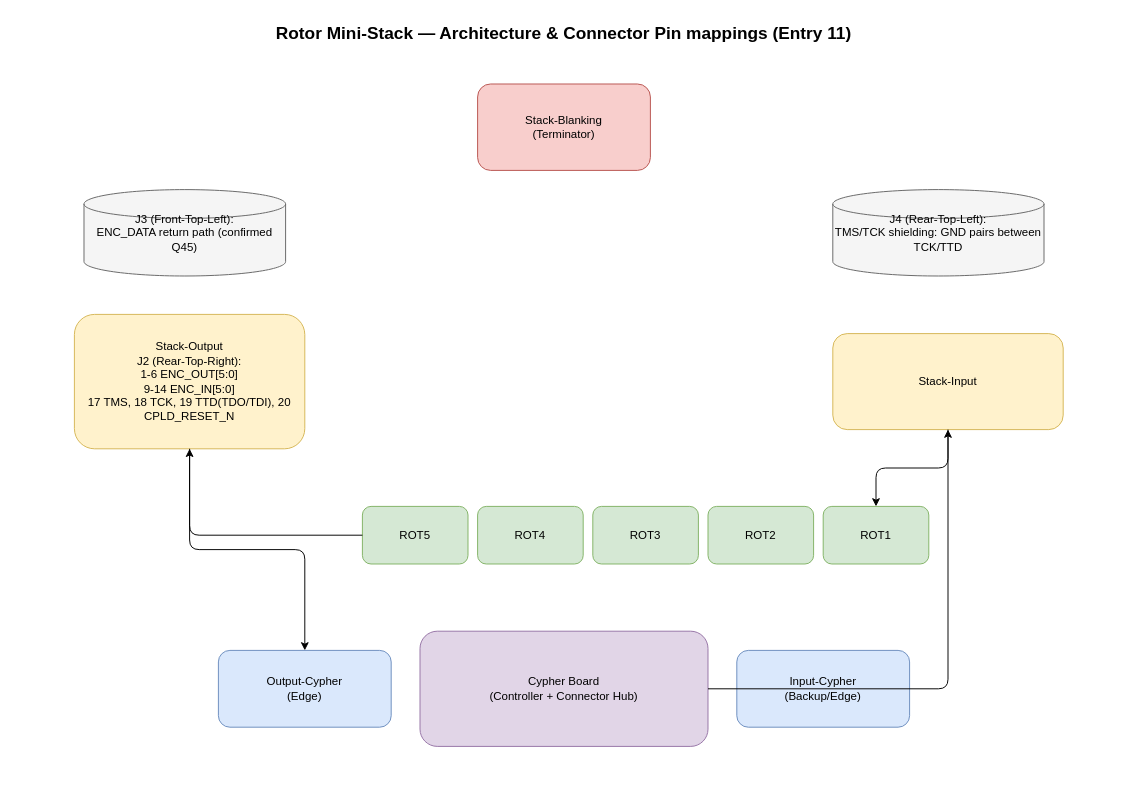
Before: page "Rotor Mini-Stack Architecture" (1 of 2) of .copilot/discussions/extension-mechanical-usage-diagram.drawio in thepinkmile/Enigma-NG, a draw.io diagram. Source tidied: cells renumbered, new cells numbered last; positions are measured from the earlier drawing's top-left corner, leaving out a move shared by most shapes. Both pictures are drawn from the tidied source at 96%, with x=0, y=0 at pixel (74, 16).
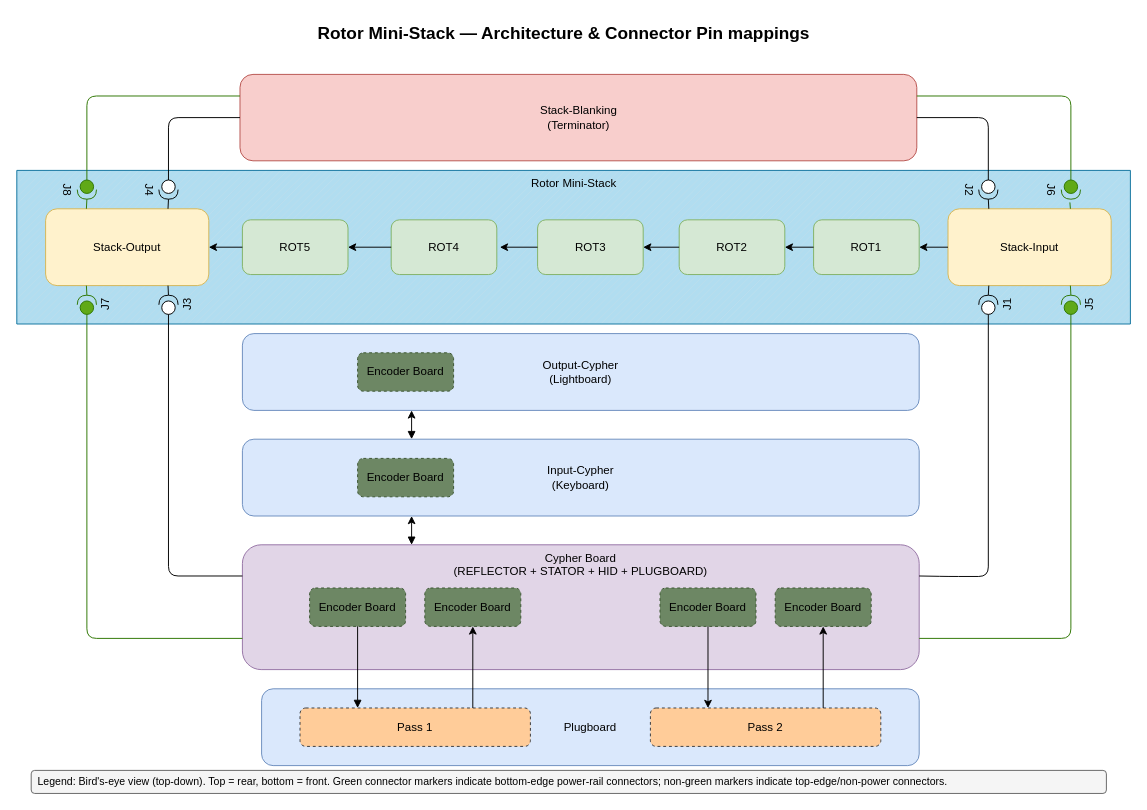
After the change.

What changed in the source:
```diff
@@
+    <mxCell id="20" value="Rotor Mini-Stack" style="verticalLabelPosition=middle;verticalAlign=top;html=1;shape=mxgraph.basic.patternFillRect;fillStyle=diag;step=5;fillStrokeWidth=0.2;fillStrokeColor=#dddddd;fillColor=#b1ddf0;strokeColor=#10739e;labelPosition=center;align=center;" parent="1" vertex="1">
+      <mxGeometry x="-60" y="160" width="1160" height="160" as="geometry" />
+    </mxCell>
+    <mxCell id="21" value="Stack-Output" style="rounded=1;whiteSpace=wrap;html=1;fillColor=#fff2cc;strokeColor=#d6b656;" parent="20" vertex="1">
+      <mxGeometry x="30" y="40" width="170" height="80" as="geometry" />
+    </mxCell>
+    <mxCell id="22" value="J8" style="shape=providedRequiredInterface;html=1;verticalLabelPosition=bottom;sketch=0;rotation=90;fillColor=#60a917;fontColor=light-dark(#000000,#99FF99);strokeColor=#2D7600;" parent="20" vertex="1">
+      <mxGeometry x="63" y="10" width="20" height="20" as="geometry" />
+    </mxCell>
+    <mxCell id="23" style="edgeStyle=orthogonalEdgeStyle;rounded=1;jettySize=auto;html=1;exitX=0.25;exitY=0;exitDx=0;exitDy=0;entryX=1;entryY=0.5;entryDx=0;entryDy=0;entryPerimeter=0;endArrow=none;endFill=0;curved=0;fillColor=#60a917;strokeColor=#2D7600;fontColor=light-dark(#000000,#99FF99);" parent="20" edge="1" source="21" target="22">
+      <mxGeometry relative="1" as="geometry" />
+    </mxCell>
+    <mxCell id="24" value="J4" style="shape=providedRequiredInterface;html=1;verticalLabelPosition=bottom;sketch=0;rotation=90;" parent="20" vertex="1">
+      <mxGeometry x="148" y="10" width="20" height="20" as="geometry" />
+    </mxCell>
+    <mxCell id="25" style="edgeStyle=orthogonalEdgeStyle;rounded=0;jettySize=auto;html=1;exitX=0.75;exitY=0;exitDx=0;exitDy=0;entryX=1;entryY=0.5;entryDx=0;entryDy=0;entryPerimeter=0;endArrow=none;endFill=0;" parent="20" edge="1" source="21" target="24">
+      <mxGeometry relative="1" as="geometry" />
+    </mxCell>
+    <mxCell id="26" value="J7" style="shape=providedRequiredInterface;html=1;verticalLabelPosition=bottom;sketch=0;rotation=-90;fillColor=#60a917;fontColor=light-dark(#000000,#99FF99);strokeColor=#2D7600;" parent="20" vertex="1">
+      <mxGeometry x="63" y="130" width="20" height="20" as="geometry" />
+    </mxCell>
+    <mxCell id="27" style="edgeStyle=orthogonalEdgeStyle;rounded=0;jettySize=auto;html=1;exitX=0.25;exitY=1;exitDx=0;exitDy=0;entryX=1;entryY=0.5;entryDx=0;entryDy=0;entryPerimeter=0;endArrow=none;endFill=0;fillColor=#60a917;strokeColor=#2D7600;fontColor=light-dark(#000000,#99FF99);" parent="20" edge="1" source="21" target="26">
+      <mxGeometry relative="1" as="geometry" />
+    </mxCell>
+    <mxCell id="28" value="J3" style="shape=providedRequiredInterface;html=1;verticalLabelPosition=bottom;sketch=0;rotation=-90;" parent="20" vertex="1">
+      <mxGeometry x="148" y="130" width="20" height="20" as="geometry" />
+    </mxCell>
+    <mxCell id="29" style="edgeStyle=orthogonalEdgeStyle;rounded=0;jettySize=auto;html=1;exitX=0.75;exitY=1;exitDx=0;exitDy=0;entryX=1;entryY=0.5;entryDx=0;entryDy=0;entryPerimeter=0;endArrow=none;endFill=0;" parent="20" edge="1" source="21" target="28">
+      <mxGeometry relative="1" as="geometry" />
+    </mxCell>
+    <mxCell id="9" value="ROT5" style="rounded=1;whiteSpace=wrap;html=1;fillColor=#d5e8d4;strokeColor=#82b366;" parent="20" vertex="1">
+      <mxGeometry x="235" y="51.5" width="110" height="57" as="geometry" />
+    </mxCell>
+    <mxCell id="17" style="edgeStyle=orthogonalEdgeStyle;html=1;entryX=1;entryY=0.5;entryDx=0;entryDy=0;" parent="20" edge="1" source="9" target="21">
+      <mxGeometry relative="1" as="geometry" />
+    </mxCell>
+    <mxCell id="8" value="ROT4" style="rounded=1;whiteSpace=wrap;html=1;fillColor=#d5e8d4;strokeColor=#82b366;" parent="20" vertex="1">
+      <mxGeometry x="390" y="51.5" width="110" height="57" as="geometry" />
+    </mxCell>
+    <mxCell id="30" style="edgeStyle=orthogonalEdgeStyle;rounded=0;jettySize=auto;html=1;exitX=0;exitY=0.5;exitDx=0;exitDy=0;entryX=1;entryY=0.5;entryDx=0;entryDy=0;" parent="20" edge="1" source="8" target="9">
+      <mxGeometry relative="1" as="geometry" />
+    </mxCell>
+    <mxCell id="7" value="ROT3" style="rounded=1;whiteSpace=wrap;html=1;fillColor=#d5e8d4;strokeColor=#82b366;" parent="20" vertex="1">
+      <mxGeometry x="542.5" y="51.5" width="110" height="57" as="geometry" />
+    </mxCell>
+    <mxCell id="31" style="edgeStyle=orthogonalEdgeStyle;rounded=0;jettySize=auto;html=1;exitX=0;exitY=0.5;exitDx=0;exitDy=0;entryX=1.029;entryY=0.493;entryDx=0;entryDy=0;entryPerimeter=0;" parent="20" edge="1" source="7" target="8">
+      <mxGeometry relative="1" as="geometry" />
+    </mxCell>
+    <mxCell id="6" value="ROT2" style="rounded=1;whiteSpace=wrap;html=1;fillColor=#d5e8d4;strokeColor=#82b366;" parent="20" vertex="1">
+      <mxGeometry x="690" y="51.5" width="110" height="57" as="geometry" />
+    </mxCell>
+    <mxCell id="32" style="edgeStyle=orthogonalEdgeStyle;rounded=0;jettySize=auto;html=1;exitX=0;exitY=0.5;exitDx=0;exitDy=0;entryX=1;entryY=0.5;entryDx=0;entryDy=0;" parent="20" edge="1" source="6" target="7">
+      <mxGeometry relative="1" as="geometry" />
+    </mxCell>
+    <mxCell id="5" value="ROT1" style="rounded=1;whiteSpace=wrap;html=1;fillColor=#d5e8d4;strokeColor=#82b366;" parent="20" vertex="1">
+      <mxGeometry x="830" y="51.5" width="110" height="57" as="geometry" />
+    </mxCell>
+    <mxCell id="33" style="edgeStyle=orthogonalEdgeStyle;rounded=0;jettySize=auto;html=1;exitX=0;exitY=0.5;exitDx=0;exitDy=0;entryX=1;entryY=0.5;entryDx=0;entryDy=0;" parent="20" edge="1" source="5" target="6">
+      <mxGeometry relative="1" as="geometry" />
+    </mxCell>
+    <mxCell id="4" value="Stack-Input" style="rounded=1;whiteSpace=wrap;html=1;fillColor=#fff2cc;strokeColor=#d6b656;" parent="20" vertex="1">
+      <mxGeometry x="970" y="40" width="170" height="80" as="geometry" />
+    </mxCell>
+    <mxCell id="16" style="edgeStyle=orthogonalEdgeStyle;rounded=0;jettySize=auto;html=1;exitX=0;exitY=0.5;exitDx=0;exitDy=0;entryX=1;entryY=0.5;entryDx=0;entryDy=0;" parent="20" edge="1" source="4" target="5">
+      <mxGeometry relative="1" as="geometry" />
+    </mxCell>
+    <mxCell id="34" value="J2" style="shape=providedRequiredInterface;html=1;verticalLabelPosition=bottom;sketch=0;rotation=90;" parent="20" vertex="1">
+      <mxGeometry x="1002" y="10" width="20" height="20" as="geometry" />
+    </mxCell>
+    <mxCell id="35" style="edgeStyle=orthogonalEdgeStyle;rounded=1;jettySize=auto;html=1;exitX=0.25;exitY=0;exitDx=0;exitDy=0;entryX=1;entryY=0.5;entryDx=0;entryDy=0;entryPerimeter=0;curved=0;endArrow=none;endFill=0;" parent="20" edge="1" source="4" target="34">
+      <mxGeometry relative="1" as="geometry" />
+    </mxCell>
+    <mxCell id="36" value="J6" style="shape=providedRequiredInterface;html=1;verticalLabelPosition=bottom;sketch=0;rotation=90;fillColor=#60a917;fontColor=light-dark(#000000,#99FF99);strokeColor=#2D7600;" parent="20" vertex="1">
+      <mxGeometry x="1088" y="10" width="20" height="20" as="geometry" />
+    </mxCell>
+    <mxCell id="37" style="edgeStyle=orthogonalEdgeStyle;rounded=1;jettySize=auto;html=1;exitX=0.75;exitY=0;exitDx=0;exitDy=0;entryX=1.167;entryY=0.55;entryDx=0;entryDy=0;entryPerimeter=0;endArrow=none;endFill=0;curved=0;fillColor=#60a917;strokeColor=#2D7600;fontColor=light-dark(#000000,#99FF99);" parent="20" edge="1" source="4" target="36">
+      <mxGeometry relative="1" as="geometry" />
+    </mxCell>
+    <mxCell id="38" value="J1" style="shape=providedRequiredInterface;html=1;verticalLabelPosition=bottom;sketch=0;rotation=-90;" parent="20" vertex="1">
+      <mxGeometry x="1002" y="130" width="20" height="20" as="geometry" />
+    </mxCell>
+    <mxCell id="39" style="edgeStyle=orthogonalEdgeStyle;rounded=0;jettySize=auto;html=1;exitX=1;exitY=0.5;exitDx=0;exitDy=0;exitPerimeter=0;entryX=0.25;entryY=1;entryDx=0;entryDy=0;endArrow=none;endFill=0;" parent="20" edge="1" source="38" target="4">
+      <mxGeometry relative="1" as="geometry" />
+    </mxCell>
+    <mxCell id="40" value="&lt;font style=&quot;color: light-dark(rgb(0, 0, 0), rgb(153, 255, 153));&quot;&gt;J5&lt;/font&gt;" style="shape=providedRequiredInterface;html=1;verticalLabelPosition=bottom;sketch=0;rotation=-90;fillColor=#60a917;strokeColor=#2D7600;fontColor=#ffffff;" parent="20" vertex="1">
+      <mxGeometry x="1088" y="130" width="20" height="20" as="geometry" />
+    </mxCell>
+    <mxCell id="41" style="edgeStyle=orthogonalEdgeStyle;rounded=0;jettySize=auto;html=1;exitX=0.75;exitY=1;exitDx=0;exitDy=0;entryX=1;entryY=0.5;entryDx=0;entryDy=0;entryPerimeter=0;endArrow=none;endFill=0;fillColor=#60a917;strokeColor=#2D7600;" parent="20" edge="1" source="4" target="40">
+      <mxGeometry relative="1" as="geometry" />
+    </mxCell>
+    <mxCell id="42" style="edgeStyle=orthogonalEdgeStyle;rounded=0;jettySize=auto;html=1;exitX=0.25;exitY=0;exitDx=0;exitDy=0;entryX=0.25;entryY=1;entryDx=0;entryDy=0;startArrow=block;startFill=1;" parent="1" edge="1" source="2" target="3">
+      <mxGeometry relative="1" as="geometry" />
+    </mxCell>
-    <mxCell id="2" value="Cypher Board&#10;(Controller + Connector Hub)" style="rounded=1;whiteSpace=wrap;html=1;fillColor=#e1d5e7;strokeColor=#9673a6;" parent="1" vertex="1">
-      <mxGeometry x="360" y="640" width="300" height="120" as="geometry" />
+    <mxCell id="2" value="Cypher Board&lt;br&gt;(REFLECTOR + STATOR + HID + PLUGBOARD)" style="rounded=1;whiteSpace=wrap;html=1;fillColor=#e1d5e7;strokeColor=#9673a6;verticalAlign=top;" parent="1" vertex="1">
+      <mxGeometry x="175" y="550" width="705" height="130" as="geometry" />
     </mxCell>
+    <mxCell id="43" value="&lt;font style=&quot;color: light-dark(rgb(0, 0, 0), rgb(255, 255, 255));&quot;&gt;Encoder Board&lt;/font&gt;" style="rounded=1;whiteSpace=wrap;html=1;fillColor=#6d8764;fontColor=#ffffff;strokeColor=#3A5431;dashed=1;" parent="2" vertex="1">
+      <mxGeometry x="70" y="45" width="100" height="40" as="geometry" />
+    </mxCell>
+    <mxCell id="44" value="&lt;font style=&quot;color: light-dark(rgb(0, 0, 0), rgb(255, 255, 255));&quot;&gt;Encoder Board&lt;/font&gt;" style="rounded=1;whiteSpace=wrap;html=1;fillColor=#6d8764;fontColor=#ffffff;strokeColor=#3A5431;dashed=1;" parent="2" vertex="1">
+      <mxGeometry x="190" y="45" width="100" height="40" as="geometry" />
+    </mxCell>
+    <mxCell id="45" value="&lt;font style=&quot;color: light-dark(rgb(0, 0, 0), rgb(255, 255, 255));&quot;&gt;Encoder Board&lt;/font&gt;" style="rounded=1;whiteSpace=wrap;html=1;fillColor=#6d8764;fontColor=#ffffff;strokeColor=#3A5431;dashed=1;" parent="2" vertex="1">
+      <mxGeometry x="435" y="45" width="100" height="40" as="geometry" />
+    </mxCell>
+    <mxCell id="46" value="&lt;font style=&quot;color: light-dark(rgb(0, 0, 0), rgb(255, 255, 255));&quot;&gt;Encoder Board&lt;/font&gt;" style="rounded=1;whiteSpace=wrap;html=1;fillColor=#6d8764;fontColor=#ffffff;strokeColor=#3A5431;dashed=1;" parent="2" vertex="1">
+      <mxGeometry x="555" y="45" width="100" height="40" as="geometry" />
+    </mxCell>
+    <mxCell id="47" style="edgeStyle=orthogonalEdgeStyle;rounded=0;jettySize=auto;html=1;exitX=0.25;exitY=0;exitDx=0;exitDy=0;entryX=0.25;entryY=1;entryDx=0;entryDy=0;startArrow=block;startFill=1;" parent="1" edge="1" source="3" target="12">
+      <mxGeometry relative="1" as="geometry" />
+    </mxCell>
-    <mxCell id="3" value="Input-Cypher&#10;(Backup/Edge)" style="rounded=1;whiteSpace=wrap;html=1;fillColor=#dae8fc;strokeColor=#6c8ebf;" parent="1" vertex="1">
-      <mxGeometry x="690" y="660" width="180" height="80" as="geometry" />
+    <mxCell id="3" value="Input-Cypher&lt;br&gt;(Keyboard)" style="rounded=1;whiteSpace=wrap;html=1;fillColor=#dae8fc;strokeColor=#6c8ebf;verticalAlign=middle;" parent="1" vertex="1">
+      <mxGeometry x="175" y="440" width="705" height="80" as="geometry" />
     </mxCell>
-    <mxCell id="4" value="Stack-Input" style="rounded=1;whiteSpace=wrap;html=1;fillColor=#fff2cc;strokeColor=#d6b656;" parent="1" vertex="1">
-      <mxGeometry x="790" y="330" width="240" height="100" as="geometry" />
-    </mxCell>
-    <mxCell id="5" value="ROT1" style="rounded=1;whiteSpace=wrap;html=1;fillColor=#d5e8d4;strokeColor=#82b366;" parent="1" vertex="1">
-      <mxGeometry x="780" y="510" width="110" height="60" as="geometry" />
-    </mxCell>
-    <mxCell id="6" value="ROT2" style="rounded=1;whiteSpace=wrap;html=1;fillColor=#d5e8d4;strokeColor=#82b366;" parent="1" vertex="1">
-      <mxGeometry x="660" y="510" width="110" height="60" as="geometry" />
-    </mxCell>
-    <mxCell id="7" value="ROT3" style="rounded=1;whiteSpace=wrap;html=1;fillColor=#d5e8d4;strokeColor=#82b366;" parent="1" vertex="1">
-      <mxGeometry x="540" y="510" width="110" height="60" as="geometry" />
-    </mxCell>
-    <mxCell id="8" value="ROT4" style="rounded=1;whiteSpace=wrap;html=1;fillColor=#d5e8d4;strokeColor=#82b366;" parent="1" vertex="1">
-      <mxGeometry x="420" y="510" width="110" height="60" as="geometry" />
-    </mxCell>
-    <mxCell id="9" value="ROT5" style="rounded=1;whiteSpace=wrap;html=1;fillColor=#d5e8d4;strokeColor=#82b366;" parent="1" vertex="1">
-      <mxGeometry x="300" y="510" width="110" height="60" as="geometry" />
-    </mxCell>
-    <mxCell id="10" value="Stack-Output&#10;J2 (Rear-Top-Right):&#10;1-6 ENC_OUT[5:0]&#10;9-14 ENC_IN[5:0]&#10;17 TMS, 18 TCK, 19 TTD(TDO/TDI), 20 CPLD_RESET_N" style="rounded=1;whiteSpace=wrap;html=1;fillColor=#fff2cc;strokeColor=#d6b656;" parent="1" vertex="1">
-      <mxGeometry y="310" width="240" height="140" as="geometry" />
-    </mxCell>
+    <mxCell id="48" value="&lt;font style=&quot;color: light-dark(rgb(0, 0, 0), rgb(255, 255, 255));&quot;&gt;Encoder Board&lt;/font&gt;" style="rounded=1;whiteSpace=wrap;html=1;fillColor=#6d8764;fontColor=#ffffff;strokeColor=#3A5431;dashed=1;" parent="3" vertex="1">
+      <mxGeometry x="120" y="20" width="100" height="40" as="geometry" />
+    </mxCell>
-    <mxCell id="11" value="Stack-Blanking&#10;(Terminator)" style="rounded=1;whiteSpace=wrap;html=1;fillColor=#f8cecc;strokeColor=#b85450;" parent="1" vertex="1">
-      <mxGeometry x="420" y="70" width="180" height="90" as="geometry" />
+    <mxCell id="11" value="Stack-Blanking&#10;(Terminator)" style="rounded=1;whiteSpace=wrap;html=1;fillColor=#f8cecc;strokeColor=#b85450;verticalAlign=middle;" parent="1" vertex="1">
+      <mxGeometry x="172.5" y="60" width="705" height="90" as="geometry" />
     </mxCell>
-    <mxCell id="12" value="Output-Cypher&#10;(Edge)" style="rounded=1;whiteSpace=wrap;html=1;fillColor=#dae8fc;strokeColor=#6c8ebf;" parent="1" vertex="1">
-      <mxGeometry x="150" y="660" width="180" height="80" as="geometry" />
+    <mxCell id="12" value="Output-Cypher&lt;br&gt;(Lightboard)" style="rounded=1;whiteSpace=wrap;html=1;fillColor=#dae8fc;strokeColor=#6c8ebf;verticalAlign=middle;" parent="1" vertex="1">
+      <mxGeometry x="175" y="330" width="705" height="80" as="geometry" />
     </mxCell>
-    <mxCell id="13" value="J3 (Front-Top-Left):&#10;ENC_DATA return path (confirmed Q45)" style="shape=mxgraph.flowchart.database;whiteSpace=wrap;html=1;fillColor=#f5f5f5;strokeColor=#666666;" parent="1" vertex="1">
-      <mxGeometry x="10" y="180" width="210" height="90" as="geometry" />
-    </mxCell>
-    <mxCell id="14" value="J4 (Rear-Top-Left):&#10;TMS/TCK shielding: GND pairs between TCK/TTD" style="shape=mxgraph.flowchart.database;whiteSpace=wrap;html=1;fillColor=#f5f5f5;strokeColor=#666666;" parent="1" vertex="1">
-      <mxGeometry x="790" y="180" width="220" height="90" as="geometry" />
-    </mxCell>
-    <mxCell id="15" style="edgeStyle=orthogonalEdgeStyle;html=1;" parent="1" edge="1" source="2" target="4">
-      <mxGeometry relative="1" as="geometry" />
-    </mxCell>
-    <mxCell id="16" style="edgeStyle=orthogonalEdgeStyle;html=1;" parent="1" edge="1" source="4" target="5">
-      <mxGeometry relative="1" as="geometry" />
-    </mxCell>
-    <mxCell id="17" style="edgeStyle=orthogonalEdgeStyle;html=1;" parent="1" edge="1" source="9" target="10">
-      <mxGeometry relative="1" as="geometry" />
-    </mxCell>
-    <mxCell id="18" style="edgeStyle=orthogonalEdgeStyle;html=1;" parent="1" edge="1" source="10" target="12">
-      <mxGeometry relative="1" as="geometry" />
-    </mxCell>
+    <mxCell id="49" value="&lt;font style=&quot;color: light-dark(rgb(0, 0, 0), rgb(255, 255, 255));&quot;&gt;Encoder Board&lt;/font&gt;" style="rounded=1;whiteSpace=wrap;html=1;fillColor=#6d8764;fontColor=#ffffff;strokeColor=#3A5431;dashed=1;" parent="12" vertex="1">
+      <mxGeometry x="120" y="20" width="100" height="40" as="geometry" />
+    </mxCell>
-    <mxCell id="19" value="Rotor Mini-Stack — Architecture &amp; Connector Pin mappings (Entry 11)" style="text;strokeColor=none;fillColor=none;fontSize=18;fontStyle=1;align=center;verticalAlign=top;" parent="1" vertex="1">
+    <mxCell id="19" value="Rotor Mini-Stack — Architecture &amp; Connector Pin mappings" style="text;strokeColor=none;fillColor=none;fontSize=18;fontStyle=1;align=center;verticalAlign=top;" parent="1" vertex="1">
       <mxGeometry x="130" width="760" height="30" as="geometry" />
     </mxCell>
+    <mxCell id="50" style="edgeStyle=orthogonalEdgeStyle;rounded=1;jettySize=auto;html=1;exitX=0;exitY=0.5;exitDx=0;exitDy=0;curved=0;entryX=0;entryY=0.5;entryDx=0;entryDy=0;entryPerimeter=0;endArrow=none;endFill=0;" parent="1" edge="1" source="11" target="24">
+      <mxGeometry relative="1" as="geometry" />
+    </mxCell>
+    <mxCell id="51" value="Plugboard" style="rounded=1;whiteSpace=wrap;html=1;fillColor=#dae8fc;strokeColor=#6c8ebf;verticalAlign=middle;" parent="1" vertex="1">
+      <mxGeometry x="195" y="700" width="685" height="80" as="geometry" />
+    </mxCell>
+    <mxCell id="52" value="&lt;font style=&quot;color: light-dark(rgb(0, 0, 0), rgb(255, 255, 255));&quot;&gt;Pass 1&lt;/font&gt;" style="rounded=1;whiteSpace=wrap;html=1;fillColor=#ffcc99;strokeColor=#36393d;dashed=1;" parent="51" vertex="1">
+      <mxGeometry x="40" y="20" width="240" height="40" as="geometry" />
+    </mxCell>
+    <mxCell id="53" value="&lt;font style=&quot;color: light-dark(rgb(0, 0, 0), rgb(255, 255, 255));&quot;&gt;Pass 2&lt;/font&gt;" style="rounded=1;whiteSpace=wrap;html=1;fillColor=#ffcc99;strokeColor=#36393d;dashed=1;" parent="51" vertex="1">
+      <mxGeometry x="405" y="20" width="240" height="40" as="geometry" />
+    </mxCell>
+    <mxCell id="54" style="edgeStyle=orthogonalEdgeStyle;rounded=0;jettySize=auto;html=1;exitX=0.5;exitY=1;exitDx=0;exitDy=0;entryX=0.25;entryY=0;entryDx=0;entryDy=0;" parent="1" edge="1" source="45" target="53">
+      <mxGeometry relative="1" as="geometry" />
+    </mxCell>
+    <mxCell id="55" style="edgeStyle=orthogonalEdgeStyle;rounded=1;jettySize=auto;html=1;exitX=0.25;exitY=0;exitDx=0;exitDy=0;entryX=0.5;entryY=1;entryDx=0;entryDy=0;startArrow=block;startFill=1;endArrow=none;endFill=0;curved=0;" parent="1" edge="1" source="52" target="43">
+      <mxGeometry relative="1" as="geometry" />
+    </mxCell>
+    <mxCell id="56" style="edgeStyle=orthogonalEdgeStyle;rounded=1;jettySize=auto;html=1;exitX=0.75;exitY=0;exitDx=0;exitDy=0;entryX=0.5;entryY=1;entryDx=0;entryDy=0;curved=0;" parent="1" edge="1" source="52" target="44">
+      <mxGeometry relative="1" as="geometry" />
+    </mxCell>
+    <mxCell id="57" style="edgeStyle=orthogonalEdgeStyle;rounded=0;jettySize=auto;html=1;exitX=0.75;exitY=0;exitDx=0;exitDy=0;entryX=0.5;entryY=1;entryDx=0;entryDy=0;" parent="1" edge="1" source="53" target="46">
+      <mxGeometry relative="1" as="geometry" />
+    </mxCell>
+    <mxCell id="58" style="edgeStyle=orthogonalEdgeStyle;rounded=1;jettySize=auto;html=1;exitX=0;exitY=0.5;exitDx=0;exitDy=0;exitPerimeter=0;entryX=1;entryY=0.25;entryDx=0;entryDy=0;endArrow=none;endFill=0;curved=0;" parent="1" edge="1" source="38" target="2">
+      <mxGeometry relative="1" as="geometry">
+        <Array as="points">
+          <mxPoint x="952" y="583" />
+          <mxPoint x="911" y="583" />
+        </Array>
+      </mxGeometry>
+    </mxCell>
+    <mxCell id="59" style="edgeStyle=orthogonalEdgeStyle;rounded=1;jettySize=auto;html=1;exitX=1;exitY=0.75;exitDx=0;exitDy=0;entryX=0;entryY=0.5;entryDx=0;entryDy=0;entryPerimeter=0;curved=0;endArrow=none;endFill=0;fillColor=#60a917;strokeColor=#2D7600;" parent="1" edge="1" source="2" target="40">
+      <mxGeometry relative="1" as="geometry" />
+    </mxCell>
+    <mxCell id="60" style="edgeStyle=orthogonalEdgeStyle;rounded=1;jettySize=auto;html=1;exitX=0;exitY=0.25;exitDx=0;exitDy=0;entryX=0;entryY=0.5;entryDx=0;entryDy=0;entryPerimeter=0;curved=0;endArrow=none;endFill=0;" parent="1" edge="1" source="2" target="28">
+      <mxGeometry relative="1" as="geometry" />
+    </mxCell>
+    <mxCell id="61" style="edgeStyle=orthogonalEdgeStyle;rounded=1;jettySize=auto;html=1;exitX=0;exitY=0.75;exitDx=0;exitDy=0;entryX=0;entryY=0.5;entryDx=0;entryDy=0;entryPerimeter=0;curved=0;endArrow=none;endFill=0;fillColor=#60a917;strokeColor=#2D7600;fontColor=light-dark(#000000,#99FF99);" parent="1" edge="1" source="2" target="26">
+      <mxGeometry relative="1" as="geometry" />
+    </mxCell>
+    <mxCell id="62" style="edgeStyle=orthogonalEdgeStyle;rounded=1;jettySize=auto;html=1;exitX=0;exitY=0.25;exitDx=0;exitDy=0;entryX=0;entryY=0.5;entryDx=0;entryDy=0;entryPerimeter=0;curved=0;endArrow=none;endFill=0;fillColor=#60a917;strokeColor=#2D7600;fontColor=light-dark(#000000,#99FF99);" parent="1" edge="1" source="11" target="22">
+      <mxGeometry relative="1" as="geometry" />
+    </mxCell>
+    <mxCell id="63" style="edgeStyle=orthogonalEdgeStyle;rounded=1;jettySize=auto;html=1;exitX=1;exitY=0.5;exitDx=0;exitDy=0;entryX=0;entryY=0.5;entryDx=0;entryDy=0;entryPerimeter=0;endArrow=none;endFill=0;curved=0;" parent="1" edge="1" source="11" target="34">
+      <mxGeometry relative="1" as="geometry" />
+    </mxCell>
+    <mxCell id="64" style="edgeStyle=orthogonalEdgeStyle;rounded=1;jettySize=auto;html=1;exitX=1;exitY=0.25;exitDx=0;exitDy=0;entryX=0;entryY=0.5;entryDx=0;entryDy=0;entryPerimeter=0;curved=0;endArrow=none;endFill=0;fillColor=#60a917;strokeColor=#2D7600;fontColor=light-dark(#000000,#99FF99);" parent="1" edge="1" source="11" target="36">
+      <mxGeometry relative="1" as="geometry" />
+    </mxCell>
+    <mxCell id="65" style="rounded=1;whiteSpace=wrap;html=1;fillColor=#f5f5f5;strokeColor=#666666;" parent="1" vertex="1">
+      <mxGeometry x="-45" y="785" width="1120" height="24" as="geometry" />
+    </mxCell>
+    <mxCell id="66" value="Legend: Bird's-eye view (top-down). Top = rear, bottom = front. Green connector markers indicate bottom-edge power-rail connectors; non-green markers indicate top-edge/non-power connectors." style="text;whiteSpace=wrap;html=1;strokeColor=none;fillColor=none;align=left;verticalAlign=middle;fontSize=11;" parent="1" vertex="1">
+      <mxGeometry x="-40" y="786" width="1110" height="22" as="geometry" />
+    </mxCell>
```
